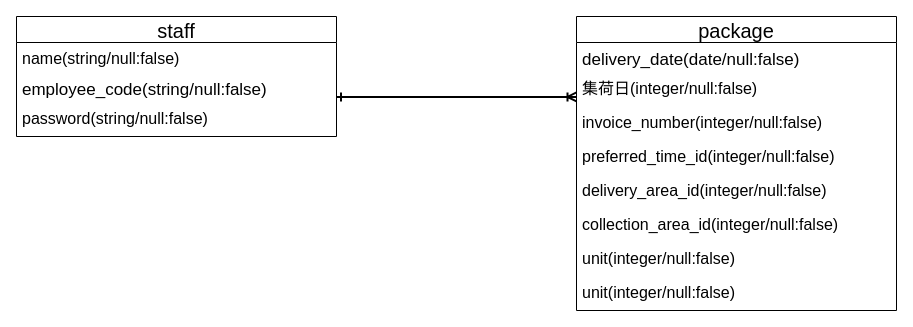
This is datebase.dio from RRS1107/now-38199, a draw.io file, before an edit. Source tidied: cells renumbered, new cells numbered last; positions are measured from the earlier drawing's top-left corner, leaving out a move shared by most shapes. Both pictures are drawn from the tidied source at 100%, with x=0, y=0 at pixel (16, 16).
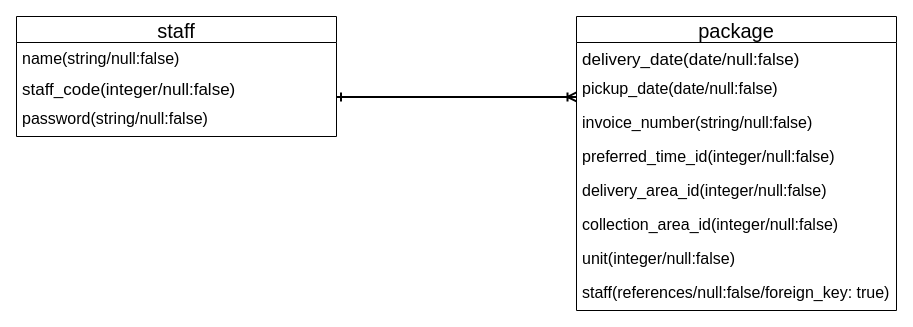
Above is the later version.

Change to the diagram source:
```diff
@@
 <mxGraphModel>
   <root>
     <mxCell id="0" />
     <mxCell id="1" parent="0" />
     <mxCell id="2" value="staff" style="swimlane;fontStyle=0;horizontal=1;startSize=26;align=center;fontSize=20;fillColor=none;" parent="1" vertex="1">
       <mxGeometry width="320" height="120" as="geometry" />
     </mxCell>
     <mxCell id="3" value="name(string/null:false)&#10;" style="text;strokeColor=none;fillColor=none;spacingLeft=4;spacingRight=4;overflow=hidden;fontSize=16;labelBackgroundColor=none;" parent="2" vertex="1">
       <mxGeometry y="26" width="320" height="30" as="geometry" />
     </mxCell>
-    <mxCell id="4" value="employee_code(string/null:false)" style="text;strokeColor=none;fillColor=none;spacingLeft=4;spacingRight=4;overflow=hidden;fontSize=17;" parent="2" vertex="1">
+    <mxCell id="4" value="staff_code(integer/null:false)" style="text;strokeColor=none;fillColor=none;spacingLeft=4;spacingRight=4;overflow=hidden;fontSize=17;" parent="2" vertex="1">
       <mxGeometry y="56" width="320" height="30" as="geometry" />
     </mxCell>
     <mxCell id="5" value="password(string/null:false)&#10;" style="text;strokeColor=none;fillColor=none;spacingLeft=4;spacingRight=4;overflow=hidden;fontSize=16;" parent="2" vertex="1">
       <mxGeometry y="86" width="320" height="34" as="geometry" />
     </mxCell>
     <mxCell id="6" value="package" style="swimlane;fontStyle=0;horizontal=1;startSize=26;align=center;fontSize=20;fillColor=none;" parent="1" vertex="1">
       <mxGeometry x="560" width="320" height="294" as="geometry" />
     </mxCell>
     <mxCell id="7" value="delivery_date(date/null:false)" style="text;strokeColor=none;fillColor=none;spacingLeft=4;spacingRight=4;overflow=hidden;fontSize=17;" parent="6" vertex="1">
       <mxGeometry y="26" width="320" height="30" as="geometry" />
     </mxCell>
-    <mxCell id="8" value="集荷日(integer/null:false)&#10;" style="text;strokeColor=none;fillColor=none;spacingLeft=4;spacingRight=4;overflow=hidden;points=[[0,0.5],[1,0.5]];portConstraint=eastwest;fontSize=16;" parent="6" vertex="1">
+    <mxCell id="8" value="pickup_date(date/null:false)&#10;" style="text;strokeColor=none;fillColor=none;spacingLeft=4;spacingRight=4;overflow=hidden;points=[[0,0.5],[1,0.5]];portConstraint=eastwest;fontSize=16;" parent="6" vertex="1">
       <mxGeometry y="56" width="320" height="34" as="geometry" />
     </mxCell>
-    <mxCell id="9" value="invoice_number(integer/null:false)&#10;" style="text;strokeColor=none;fillColor=none;spacingLeft=4;spacingRight=4;overflow=hidden;fontSize=16;" parent="6" vertex="1">
+    <mxCell id="9" value="invoice_number(string/null:false)&#10;" style="text;strokeColor=none;fillColor=none;spacingLeft=4;spacingRight=4;overflow=hidden;fontSize=16;" parent="6" vertex="1">
       <mxGeometry y="90" width="320" height="34" as="geometry" />
     </mxCell>
     <mxCell id="10" value="preferred_time_id(integer/null:false)&#10;" style="text;strokeColor=none;fillColor=none;spacingLeft=4;spacingRight=4;overflow=hidden;fontSize=16;" parent="6" vertex="1">
       <mxGeometry y="124" width="320" height="34" as="geometry" />
     </mxCell>
     <mxCell id="11" value="delivery_area_id(integer/null:false)&#10;" style="text;strokeColor=none;fillColor=none;spacingLeft=4;spacingRight=4;overflow=hidden;fontSize=16;" parent="6" vertex="1">
       <mxGeometry y="158" width="320" height="34" as="geometry" />
     </mxCell>
     <mxCell id="12" value="collection_area_id(integer/null:false)&#10;" style="text;strokeColor=none;fillColor=none;spacingLeft=4;spacingRight=4;overflow=hidden;fontSize=16;" parent="6" vertex="1">
       <mxGeometry y="192" width="320" height="34" as="geometry" />
     </mxCell>
     <mxCell id="13" value="unit(integer/null:false)&#10;" style="text;strokeColor=none;fillColor=none;spacingLeft=4;spacingRight=4;overflow=hidden;fontSize=16;" parent="6" vertex="1">
       <mxGeometry y="226" width="320" height="34" as="geometry" />
     </mxCell>
-    <mxCell id="14" value="unit(integer/null:false)&#10;" style="text;strokeColor=none;fillColor=none;spacingLeft=4;spacingRight=4;overflow=hidden;fontSize=16;" parent="6" vertex="1">
-      <mxGeometry y="260" width="320" height="34" as="geometry" />
-    </mxCell>
+    <mxCell id="16" value="staff(references/null:false/foreign_key: true)" style="text;strokeColor=none;fillColor=none;spacingLeft=4;spacingRight=4;overflow=hidden;fontSize=16;" parent="6" vertex="1">
+      <mxGeometry y="260" width="320" height="34" as="geometry" />
+    </mxCell>
     <mxCell id="15" style="edgeStyle=entityRelationEdgeStyle;fontSize=12;html=1;endArrow=ERoneToMany;rounded=0;strokeWidth=2;jumpSize=12;exitX=1.011;exitY=0.259;exitDx=0;exitDy=0;exitPerimeter=0;entryX=0;entryY=0.718;entryDx=0;entryDy=0;entryPerimeter=0;startArrow=ERone;startFill=0;" parent="1" edge="1" target="8">
       <mxGeometry relative="1" as="geometry">
         <mxPoint x="320" y="80.4" as="sourcePoint" />
       </mxGeometry>
     </mxCell>
   </root>
 </mxGraphModel>
```
